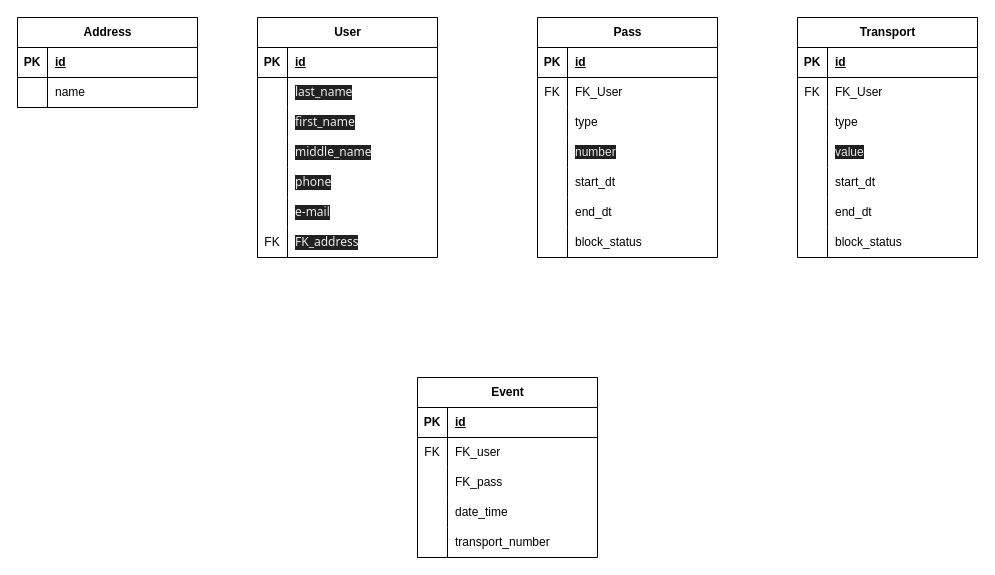
Schukinsky/Smart-gate-db keeps this draw.io diagram as erd.drawio. Above is the earlier version. Source tidied: cells renumbered, new cells numbered last; positions are measured from the earlier drawing's top-left corner, leaving out a move shared by most shapes. Both pictures are drawn from the tidied source at 100%, with x=0, y=0 at pixel (17, 17).
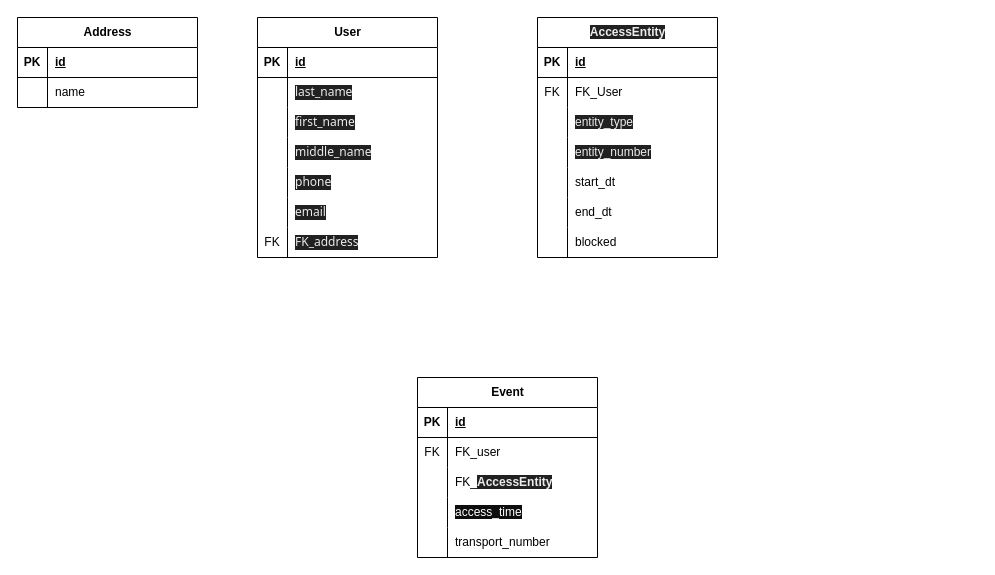
The same page after the edit.

Unchanged cells that the change refers to:
```xml
<mxCell id="18" style="shape=tableRow;horizontal=0;startSize=0;swimlaneHead=0;swimlaneBody=0;fillColor=none;top=0;left=0;right=0;bottom=0;" parent="2" vertex="1">
  <mxGeometry y="180" width="180" height="30" as="geometry" />
</mxCell>
<mxCell id="31" style="shape=tableRow;horizontal=0;startSize=0;swimlaneHead=0;swimlaneBody=0;fillColor=none;top=0;left=0;right=0;bottom=0;" parent="24" vertex="1">
  <mxGeometry y="90" width="180" height="30" as="geometry" />
</mxCell>
<mxCell id="34" style="shape=tableRow;horizontal=0;startSize=0;swimlaneHead=0;swimlaneBody=0;fillColor=none;top=0;left=0;right=0;bottom=0;" parent="24" vertex="1">
  <mxGeometry y="120" width="180" height="30" as="geometry" />
</mxCell>
<mxCell id="43" style="shape=tableRow;horizontal=0;startSize=0;swimlaneHead=0;swimlaneBody=0;fillColor=none;top=0;left=0;right=0;bottom=0;" parent="24" vertex="1">
  <mxGeometry y="210" width="180" height="30" as="geometry" />
</mxCell>
<mxCell id="82" style="shape=tableRow;horizontal=0;startSize=0;swimlaneHead=0;swimlaneBody=0;fillColor=none;top=0;left=0;right=0;bottom=0;" parent="75" vertex="1">
  <mxGeometry y="90" width="180" height="30" as="geometry" />
</mxCell>
<mxCell id="85" style="shape=tableRow;horizontal=0;startSize=0;swimlaneHead=0;swimlaneBody=0;fillColor=none;top=0;left=0;right=0;bottom=0;" parent="75" vertex="1">
  <mxGeometry y="120" width="180" height="30" as="geometry" />
</mxCell>
```

Change to the diagram source:
```diff
@@
-    <mxCell id="20" value="&lt;font face=&quot;Söhne, ui-sans-serif, system-ui, -apple-system, Segoe UI, Roboto, Ubuntu, Cantarell, Noto Sans, sans-serif, Helvetica Neue, Arial, Apple Color Emoji, Segoe UI Emoji, Segoe UI Symbol, Noto Color Emoji&quot; color=&quot;#ececec&quot;&gt;&lt;span style=&quot;white-space-collapse: preserve; background-color: rgb(33, 33, 33);&quot;&gt;e-mail&lt;/span&gt;&lt;/font&gt;" style="shape=partialRectangle;fillColor=none;top=0;left=0;bottom=0;right=0;align=left;spacingLeft=6;overflow=hidden;whiteSpace=wrap;html=1;" parent="18" vertex="1">
+    <mxCell id="20" value="&lt;font face=&quot;Söhne, ui-sans-serif, system-ui, -apple-system, Segoe UI, Roboto, Ubuntu, Cantarell, Noto Sans, sans-serif, Helvetica Neue, Arial, Apple Color Emoji, Segoe UI Emoji, Segoe UI Symbol, Noto Color Emoji&quot; color=&quot;#ececec&quot;&gt;&lt;span style=&quot;white-space-collapse: preserve; background-color: rgb(33, 33, 33);&quot;&gt;email&lt;/span&gt;&lt;/font&gt;" style="shape=partialRectangle;fillColor=none;top=0;left=0;bottom=0;right=0;align=left;spacingLeft=6;overflow=hidden;whiteSpace=wrap;html=1;" parent="18" vertex="1">
       <mxGeometry x="30" width="150" height="30" as="geometry" />
     </mxCell>
@@
-    <mxCell id="24" value="Pass" style="shape=table;startSize=30;childLayout=tableLayout;rowLines=0;fontStyle=1;align=center;html=1;" parent="1" vertex="1">
+    <mxCell id="24" value="&lt;span style=&quot;border: 0px solid rgb(227, 227, 227); box-sizing: border-box; --tw-border-spacing-x: 0; --tw-border-spacing-y: 0; --tw-translate-x: 0; --tw-translate-y: 0; --tw-rotate: 0; --tw-skew-x: 0; --tw-skew-y: 0; --tw-scale-x: 1; --tw-scale-y: 1; --tw-pan-x: ; --tw-pan-y: ; --tw-pinch-zoom: ; --tw-scroll-snap-strictness: proximity; --tw-gradient-from-position: ; --tw-gradient-via-position: ; --tw-gradient-to-position: ; --tw-ordinal: ; --tw-slashed-zero: ; --tw-numeric-figure: ; --tw-numeric-spacing: ; --tw-numeric-fraction: ; --tw-ring-inset: ; --tw-ring-offset-width: 0px; --tw-ring-offset-color: #fff; --tw-ring-color: rgba(69,89,164,.5); --tw-ring-offset-shadow: 0 0 transparent; --tw-ring-shadow: 0 0 transparent; --tw-shadow: 0 0 transparent; --tw-shadow-colored: 0 0 transparent; --tw-blur: ; --tw-brightness: ; --tw-contrast: ; --tw-grayscale: ; --tw-hue-rotate: ; --tw-invert: ; --tw-saturate: ; --tw-sepia: ; --tw-drop-shadow: ; --tw-backdrop-blur: ; --tw-backdrop-brightness: ; --tw-backdrop-contrast: ; --tw-backdrop-grayscale: ; --tw-backdrop-hue-rotate: ; --tw-backdrop-invert: ; --tw-backdrop-opacity: ; --tw-backdrop-saturate: ; --tw-backdrop-sepia: ; --tw-contain-size: ; --tw-contain-layout: ; --tw-contain-paint: ; --tw-contain-style: ; color: rgb(236, 236, 236); text-align: left; white-space: pre-wrap; background-color: rgb(33, 33, 33);&quot;&gt;&lt;font style=&quot;font-size: 12px;&quot; face=&quot;Helvetica&quot;&gt;AccessEntity&lt;/font&gt;&lt;/span&gt;" style="shape=table;startSize=30;childLayout=tableLayout;rowLines=0;fontStyle=1;align=center;html=1;" parent="1" vertex="1">
       <mxGeometry x="520" width="180" height="240" as="geometry" />
     </mxCell>
@@
-    <mxCell id="33" value="type" style="shape=partialRectangle;fillColor=none;top=0;left=0;bottom=0;right=0;align=left;spacingLeft=6;overflow=hidden;whiteSpace=wrap;html=1;" parent="31" vertex="1">
+    <mxCell id="33" value="&lt;span style=&quot;color: rgb(236, 236, 236); white-space-collapse: preserve; background-color: rgb(33, 33, 33);&quot;&gt;&lt;font style=&quot;font-size: 12px;&quot;&gt;entity_type&lt;/font&gt;&lt;/span&gt;" style="shape=partialRectangle;fillColor=none;top=0;left=0;bottom=0;right=0;align=left;spacingLeft=6;overflow=hidden;whiteSpace=wrap;html=1;" parent="31" vertex="1">
       <mxGeometry x="30" width="150" height="30" as="geometry" />
     </mxCell>
@@
-    <mxCell id="36" value="&lt;span style=&quot;color: rgb(232, 232, 232); background-color: rgb(31, 31, 31);&quot;&gt;&lt;font face=&quot;Helvetica&quot;&gt;number&lt;/font&gt;&lt;/span&gt;" style="shape=partialRectangle;fillColor=none;top=0;left=0;bottom=0;right=0;align=left;spacingLeft=6;overflow=hidden;whiteSpace=wrap;html=1;" parent="34" vertex="1">
+    <mxCell id="36" value="&lt;span style=&quot;color: rgb(236, 236, 236); white-space-collapse: preserve; background-color: rgb(33, 33, 33);&quot;&gt;&lt;font style=&quot;font-size: 12px;&quot; face=&quot;Helvetica&quot;&gt;entity_number&lt;/font&gt;&lt;/span&gt;" style="shape=partialRectangle;fillColor=none;top=0;left=0;bottom=0;right=0;align=left;spacingLeft=6;overflow=hidden;whiteSpace=wrap;html=1;" parent="34" vertex="1">
       <mxGeometry x="30" width="150" height="30" as="geometry" />
     </mxCell>
@@
-    <mxCell id="45" value="block_status" style="shape=partialRectangle;fillColor=none;top=0;left=0;bottom=0;right=0;align=left;spacingLeft=6;overflow=hidden;whiteSpace=wrap;html=1;" parent="43" vertex="1">
+    <mxCell id="45" value="blocked" style="shape=partialRectangle;fillColor=none;top=0;left=0;bottom=0;right=0;align=left;spacingLeft=6;overflow=hidden;whiteSpace=wrap;html=1;" parent="43" vertex="1">
       <mxGeometry x="30" width="150" height="30" as="geometry" />
     </mxCell>
@@
-    <mxCell id="53" value="Transport" style="shape=table;startSize=30;childLayout=tableLayout;rowLines=0;fontStyle=1;align=center;html=1;" parent="1" vertex="1">
-      <mxGeometry x="780" width="180" height="240" as="geometry" />
-    </mxCell>
-    <mxCell id="54" style="shape=tableRow;horizontal=0;startSize=0;swimlaneHead=0;swimlaneBody=0;fillColor=none;top=0;left=0;right=0;bottom=1;" parent="53" vertex="1">
-      <mxGeometry y="30" width="180" height="30" as="geometry" />
-    </mxCell>
-    <mxCell id="55" value="PK" style="shape=partialRectangle;fillColor=none;top=0;left=0;bottom=0;right=0;fontStyle=1;overflow=hidden;whiteSpace=wrap;html=1;" parent="54" vertex="1">
-      <mxGeometry width="30" height="30" as="geometry" />
-    </mxCell>
-    <mxCell id="56" value="id" style="shape=partialRectangle;fillColor=none;top=0;left=0;bottom=0;right=0;align=left;spacingLeft=6;fontStyle=5;overflow=hidden;whiteSpace=wrap;html=1;" parent="54" vertex="1">
-      <mxGeometry x="30" width="150" height="30" as="geometry" />
-    </mxCell>
-    <mxCell id="57" style="shape=tableRow;horizontal=0;startSize=0;swimlaneHead=0;swimlaneBody=0;fillColor=none;top=0;left=0;right=0;bottom=0;" parent="53" vertex="1">
-      <mxGeometry y="60" width="180" height="30" as="geometry" />
-    </mxCell>
-    <mxCell id="58" value="FK" style="shape=partialRectangle;fillColor=none;top=0;left=0;bottom=0;right=0;overflow=hidden;whiteSpace=wrap;html=1;" parent="57" vertex="1">
-      <mxGeometry width="30" height="30" as="geometry" />
-    </mxCell>
-    <mxCell id="59" value="FK_User" style="shape=partialRectangle;fillColor=none;top=0;left=0;bottom=0;right=0;align=left;spacingLeft=6;overflow=hidden;whiteSpace=wrap;html=1;" parent="57" vertex="1">
-      <mxGeometry x="30" width="150" height="30" as="geometry" />
-    </mxCell>
-    <mxCell id="60" style="shape=tableRow;horizontal=0;startSize=0;swimlaneHead=0;swimlaneBody=0;fillColor=none;top=0;left=0;right=0;bottom=0;" parent="53" vertex="1">
-      <mxGeometry y="90" width="180" height="30" as="geometry" />
-    </mxCell>
-    <mxCell id="61" style="shape=partialRectangle;fillColor=none;top=0;left=0;bottom=0;right=0;overflow=hidden;whiteSpace=wrap;html=1;" parent="60" vertex="1">
-      <mxGeometry width="30" height="30" as="geometry" />
-    </mxCell>
-    <mxCell id="62" value="type" style="shape=partialRectangle;fillColor=none;top=0;left=0;bottom=0;right=0;align=left;spacingLeft=6;overflow=hidden;whiteSpace=wrap;html=1;" parent="60" vertex="1">
-      <mxGeometry x="30" width="150" height="30" as="geometry" />
-    </mxCell>
-    <mxCell id="63" style="shape=tableRow;horizontal=0;startSize=0;swimlaneHead=0;swimlaneBody=0;fillColor=none;top=0;left=0;right=0;bottom=0;" parent="53" vertex="1">
-      <mxGeometry y="120" width="180" height="30" as="geometry" />
-    </mxCell>
-    <mxCell id="64" style="shape=partialRectangle;fillColor=none;top=0;left=0;bottom=0;right=0;overflow=hidden;whiteSpace=wrap;html=1;" parent="63" vertex="1">
-      <mxGeometry width="30" height="30" as="geometry" />
-    </mxCell>
-    <mxCell id="65" value="&lt;span style=&quot;color: rgb(232, 232, 232); background-color: rgb(31, 31, 31);&quot;&gt;&lt;font face=&quot;Helvetica&quot;&gt;value&lt;/font&gt;&lt;/span&gt;" style="shape=partialRectangle;fillColor=none;top=0;left=0;bottom=0;right=0;align=left;spacingLeft=6;overflow=hidden;whiteSpace=wrap;html=1;" parent="63" vertex="1">
-      <mxGeometry x="30" width="150" height="30" as="geometry" />
-    </mxCell>
-    <mxCell id="66" style="shape=tableRow;horizontal=0;startSize=0;swimlaneHead=0;swimlaneBody=0;fillColor=none;top=0;left=0;right=0;bottom=0;" parent="53" vertex="1">
-      <mxGeometry y="150" width="180" height="30" as="geometry" />
-    </mxCell>
-    <mxCell id="67" style="shape=partialRectangle;fillColor=none;top=0;left=0;bottom=0;right=0;overflow=hidden;whiteSpace=wrap;html=1;" parent="66" vertex="1">
-      <mxGeometry width="30" height="30" as="geometry" />
-    </mxCell>
-    <mxCell id="68" value="start_dt" style="shape=partialRectangle;fillColor=none;top=0;left=0;bottom=0;right=0;align=left;spacingLeft=6;overflow=hidden;whiteSpace=wrap;html=1;" parent="66" vertex="1">
-      <mxGeometry x="30" width="150" height="30" as="geometry" />
-    </mxCell>
-    <mxCell id="69" style="shape=tableRow;horizontal=0;startSize=0;swimlaneHead=0;swimlaneBody=0;fillColor=none;top=0;left=0;right=0;bottom=0;" parent="53" vertex="1">
-      <mxGeometry y="180" width="180" height="30" as="geometry" />
-    </mxCell>
-    <mxCell id="70" style="shape=partialRectangle;fillColor=none;top=0;left=0;bottom=0;right=0;overflow=hidden;whiteSpace=wrap;html=1;" parent="69" vertex="1">
-      <mxGeometry width="30" height="30" as="geometry" />
-    </mxCell>
-    <mxCell id="71" value="end_dt" style="shape=partialRectangle;fillColor=none;top=0;left=0;bottom=0;right=0;align=left;spacingLeft=6;overflow=hidden;whiteSpace=wrap;html=1;" parent="69" vertex="1">
-      <mxGeometry x="30" width="150" height="30" as="geometry" />
-    </mxCell>
-    <mxCell id="72" style="shape=tableRow;horizontal=0;startSize=0;swimlaneHead=0;swimlaneBody=0;fillColor=none;top=0;left=0;right=0;bottom=0;" parent="53" vertex="1">
-      <mxGeometry y="210" width="180" height="30" as="geometry" />
-    </mxCell>
-    <mxCell id="73" style="shape=partialRectangle;fillColor=none;top=0;left=0;bottom=0;right=0;overflow=hidden;whiteSpace=wrap;html=1;" parent="72" vertex="1">
-      <mxGeometry width="30" height="30" as="geometry" />
-    </mxCell>
-    <mxCell id="74" value="block_status" style="shape=partialRectangle;fillColor=none;top=0;left=0;bottom=0;right=0;align=left;spacingLeft=6;overflow=hidden;whiteSpace=wrap;html=1;" parent="72" vertex="1">
-      <mxGeometry x="30" width="150" height="30" as="geometry" />
-    </mxCell>
@@
-    <mxCell id="84" value="FK_pass" style="shape=partialRectangle;fillColor=none;top=0;left=0;bottom=0;right=0;align=left;spacingLeft=6;overflow=hidden;whiteSpace=wrap;html=1;" parent="82" vertex="1">
+    <mxCell id="84" value="FK_&lt;span style=&quot;color: rgb(236, 236, 236); font-weight: 700; white-space-collapse: preserve; background-color: rgb(33, 33, 33);&quot;&gt;AccessEntity&lt;/span&gt;" style="shape=partialRectangle;fillColor=none;top=0;left=0;bottom=0;right=0;align=left;spacingLeft=6;overflow=hidden;whiteSpace=wrap;html=1;" parent="82" vertex="1">
       <mxGeometry x="30" width="150" height="30" as="geometry" />
     </mxCell>
@@
-    <mxCell id="87" value="date_time" style="shape=partialRectangle;fillColor=none;top=0;left=0;bottom=0;right=0;align=left;spacingLeft=6;overflow=hidden;whiteSpace=wrap;html=1;" parent="85" vertex="1">
+    <mxCell id="87" value="&lt;span style=&quot;color: rgb(255, 255, 255); white-space: pre; background-color: rgb(13, 13, 13);&quot;&gt;&lt;font style=&quot;font-size: 12px;&quot; face=&quot;Helvetica&quot;&gt;access_time&lt;/font&gt;&lt;/span&gt;" style="shape=partialRectangle;fillColor=none;top=0;left=0;bottom=0;right=0;align=left;spacingLeft=6;overflow=hidden;whiteSpace=wrap;html=1;" parent="85" vertex="1">
       <mxGeometry x="30" width="150" height="30" as="geometry" />
     </mxCell>
```
